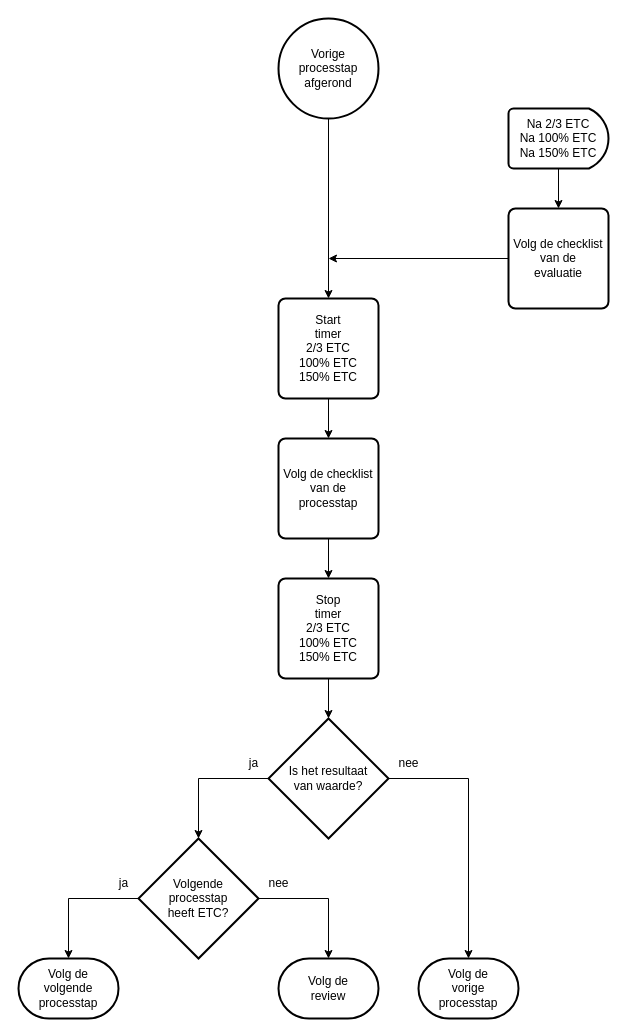
Zaibatsu89/IssueTracker keeps this draw.io diagram as 2 Issue Tracker tijdtriggers.drawio. Above is the earlier version. Source tidied: cells renumbered, new cells numbered last; positions are measured from the earlier drawing's top-left corner, leaving out a move shared by most shapes. Both pictures are drawn from the tidied source at 100%, with x=0, y=0 at pixel (18, 18).
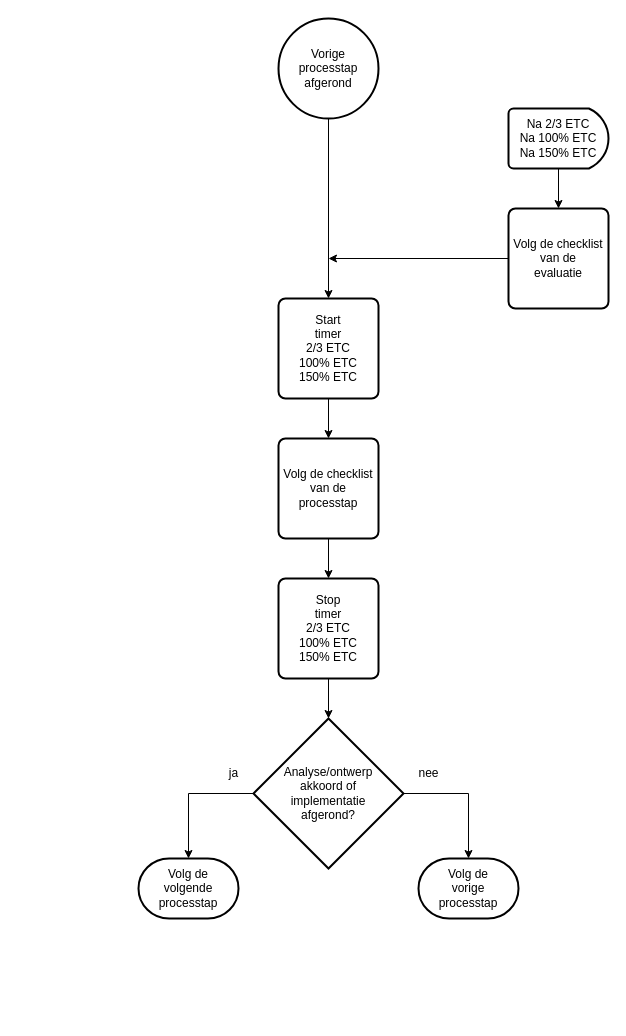
The same page after the edit.

Commit message (it also covers changes not shown here):
Status review analyse en ontwerp akkoord? in tijdtriggers flowchart

Change to the diagram source:
```diff
@@
-    <mxCell id="8" value="Is het resultaat&lt;br&gt;van waarde?" style="strokeWidth=2;html=1;shape=mxgraph.flowchart.decision;whiteSpace=wrap;" parent="1" vertex="1">
-      <mxGeometry x="250" y="700" width="120" height="120" as="geometry" />
+    <mxCell id="8" value="Analyse/ontwerp&lt;br&gt;akkoord of&lt;br&gt;implementatie&lt;br&gt;afgerond?" style="strokeWidth=2;html=1;shape=mxgraph.flowchart.decision;whiteSpace=wrap;" parent="1" vertex="1">
+      <mxGeometry x="235" y="700" width="150" height="150" as="geometry" />
     </mxCell>
-    <mxCell id="9" value="Volgende&lt;br&gt;processtap&lt;br&gt;heeft ETC?" style="strokeWidth=2;html=1;shape=mxgraph.flowchart.decision;whiteSpace=wrap;" parent="1" vertex="1">
-      <mxGeometry x="120" y="820" width="120" height="120" as="geometry" />
-    </mxCell>
-    <mxCell id="10" style="edgeStyle=orthogonalEdgeStyle;rounded=0;jettySize=auto;html=1;exitX=0;exitY=0.5;exitDx=0;exitDy=0;exitPerimeter=0;entryX=0.5;entryY=0;entryDx=0;entryDy=0;entryPerimeter=0;" parent="1" edge="1" source="8" target="9">
+    <mxCell id="10" style="edgeStyle=orthogonalEdgeStyle;rounded=0;jettySize=auto;html=1;exitX=0;exitY=0.5;exitDx=0;exitDy=0;exitPerimeter=0;entryX=0.5;entryY=0;entryDx=0;entryDy=0;entryPerimeter=0;" parent="1" edge="1" source="8" target="12">
       <mxGeometry relative="1" as="geometry" />
     </mxCell>
     <mxCell id="11" value="ja" style="text;html=1;align=center;verticalAlign=middle;strokeColor=none;fillColor=none;" parent="1" vertex="1">
-      <mxGeometry x="220" y="730" width="30" height="30" as="geometry" />
+      <mxGeometry x="200" y="740" width="30" height="30" as="geometry" />
     </mxCell>
     <mxCell id="12" value="Volg de&lt;br&gt;volgende&lt;br&gt;processtap" style="strokeWidth=2;html=1;shape=mxgraph.flowchart.terminator;whiteSpace=wrap;" parent="1" vertex="1">
-      <mxGeometry y="940" width="100" height="60" as="geometry" />
+      <mxGeometry x="120" y="840" width="100" height="60" as="geometry" />
     </mxCell>
-    <mxCell id="13" style="edgeStyle=orthogonalEdgeStyle;rounded=0;jettySize=auto;html=1;exitX=0;exitY=0.5;exitDx=0;exitDy=0;exitPerimeter=0;entryX=0.5;entryY=0;entryDx=0;entryDy=0;entryPerimeter=0;" parent="1" edge="1" source="9" target="12">
-      <mxGeometry relative="1" as="geometry" />
-    </mxCell>
-    <mxCell id="14" value="ja" style="text;html=1;align=center;verticalAlign=middle;strokeColor=none;fillColor=none;" parent="1" vertex="1">
-      <mxGeometry x="90" y="850" width="30" height="30" as="geometry" />
-    </mxCell>
-    <mxCell id="15" value="Volg de&lt;br&gt;review" style="strokeWidth=2;html=1;shape=mxgraph.flowchart.terminator;whiteSpace=wrap;" parent="1" vertex="1">
-      <mxGeometry x="260" y="940" width="100" height="60" as="geometry" />
-    </mxCell>
-    <mxCell id="16" style="edgeStyle=orthogonalEdgeStyle;rounded=0;jettySize=auto;html=1;exitX=1;exitY=0.5;exitDx=0;exitDy=0;exitPerimeter=0;entryX=0.5;entryY=0;entryDx=0;entryDy=0;entryPerimeter=0;" parent="1" edge="1" source="9" target="15">
-      <mxGeometry relative="1" as="geometry" />
-    </mxCell>
-    <mxCell id="17" value="nee" style="text;html=1;align=center;verticalAlign=middle;strokeColor=none;fillColor=none;" parent="1" vertex="1">
-      <mxGeometry x="240" y="850" width="40" height="30" as="geometry" />
-    </mxCell>
     <mxCell id="18" value="Volg de&lt;br&gt;vorige&lt;br&gt;processtap" style="strokeWidth=2;html=1;shape=mxgraph.flowchart.terminator;whiteSpace=wrap;" parent="1" vertex="1">
-      <mxGeometry x="400" y="940" width="100" height="60" as="geometry" />
+      <mxGeometry x="400" y="840" width="100" height="60" as="geometry" />
     </mxCell>
@@
     <mxCell id="20" value="nee" style="text;html=1;align=center;verticalAlign=middle;strokeColor=none;fillColor=none;" parent="1" vertex="1">
-      <mxGeometry x="370" y="730" width="40" height="30" as="geometry" />
+      <mxGeometry x="390" y="740" width="40" height="30" as="geometry" />
     </mxCell>
```
